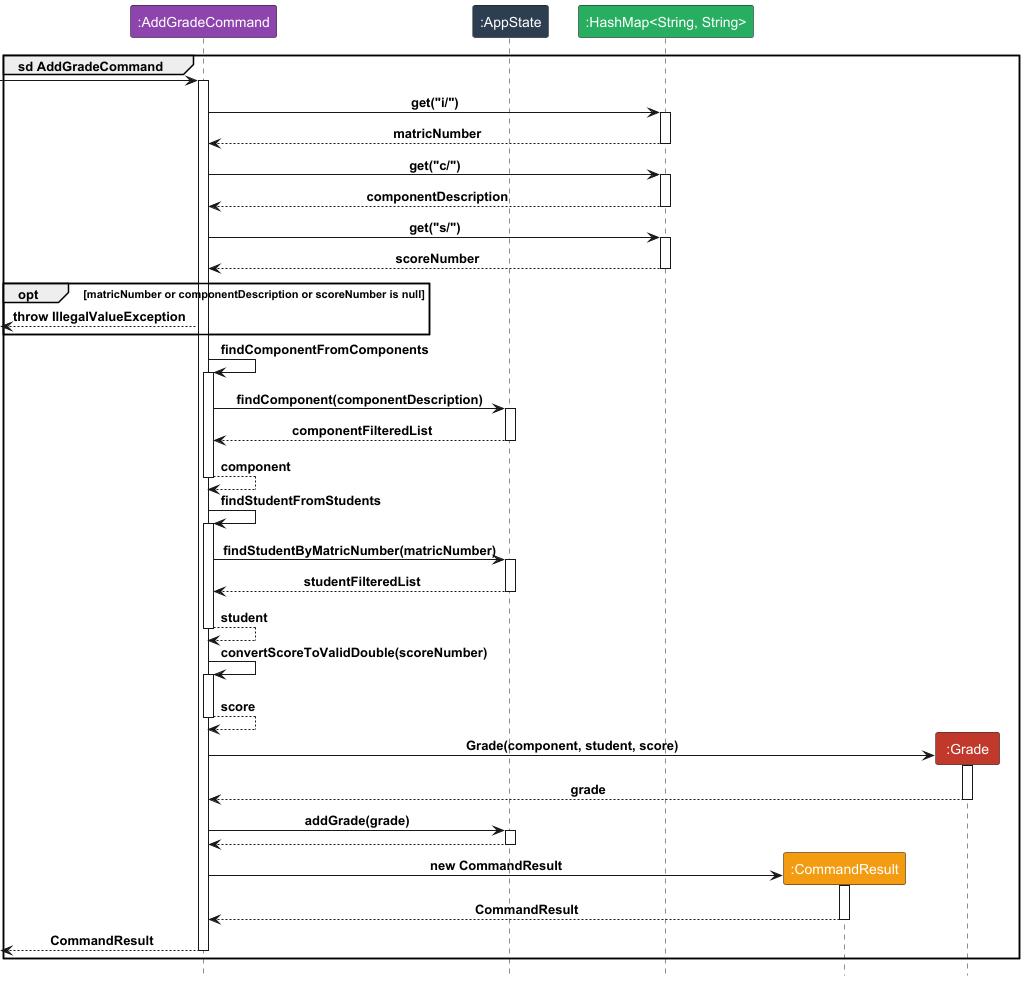
Earlier version of the PlantUML export docs/diagrams/AddGradeCommand.png (yeekian/tp).
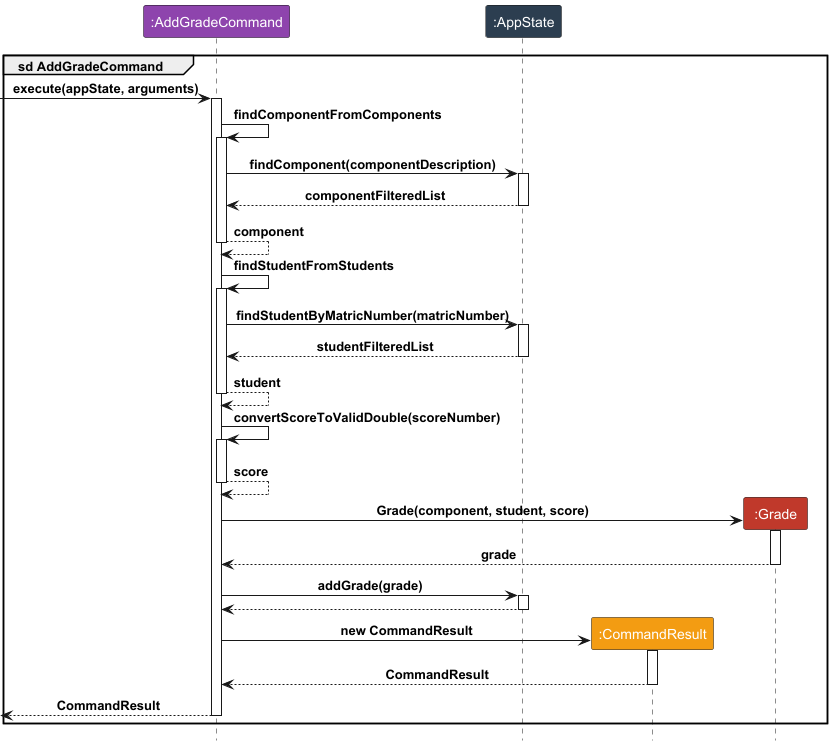
After the change.

What changed in the source:
```diff
@@ -3,30 +3,11 @@
 group sd AddGradeCommand
 participant ":AddGradeCommand" as C LOGIC_COLOR_3
 participant ":AppState" as A LOGIC_COLOR_2
-participant ":HashMap<String, String>" as H LOGIC_COLOR_7
 participant ":CommandResult" as R LOGIC_COLOR_8
 participant ":Grade" as G LOGIC_COLOR_5
 
-[->C
+[->C : execute(appState, arguments)
 activate C
-C -> H : get("i/")
-activate H
-C <-- H : matricNumber
-deactivate H
-
-C -> H : get("c/")
-activate H
-C <-- H : componentDescription
-deactivate H
-
-C -> H : get("s/")
-activate H
-C <-- H : scoreNumber
-deactivate H
-
-opt matricNumber or componentDescription or scoreNumber is null
-    [<--C : throw IllegalValueException
-end
 
 C -> C : findComponentFromComponents
 activate C
```
